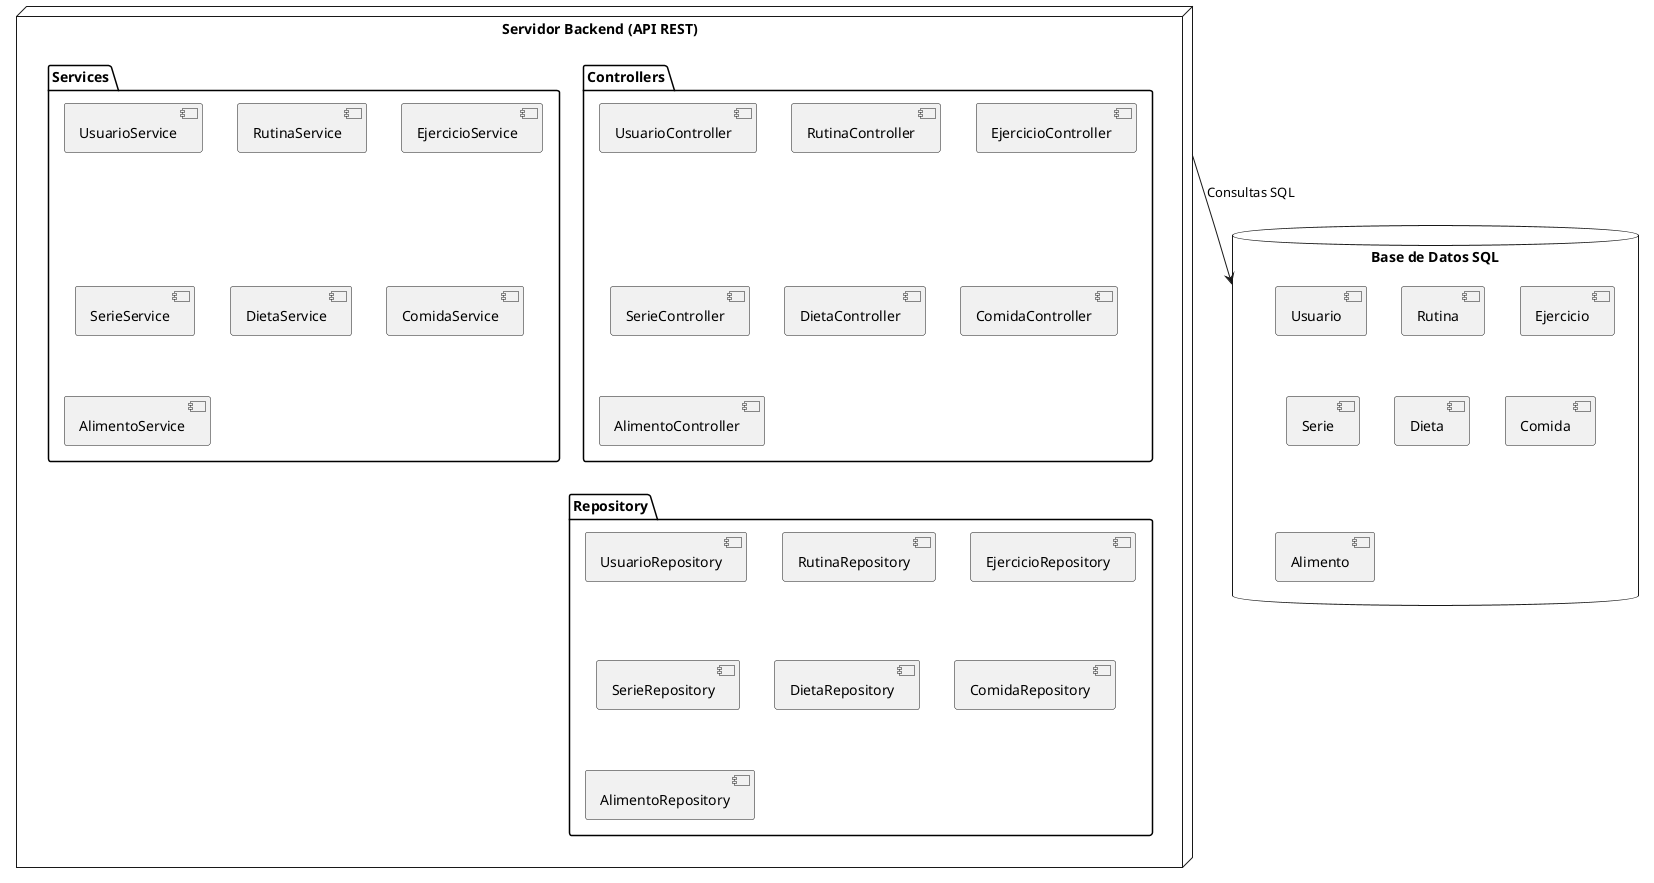
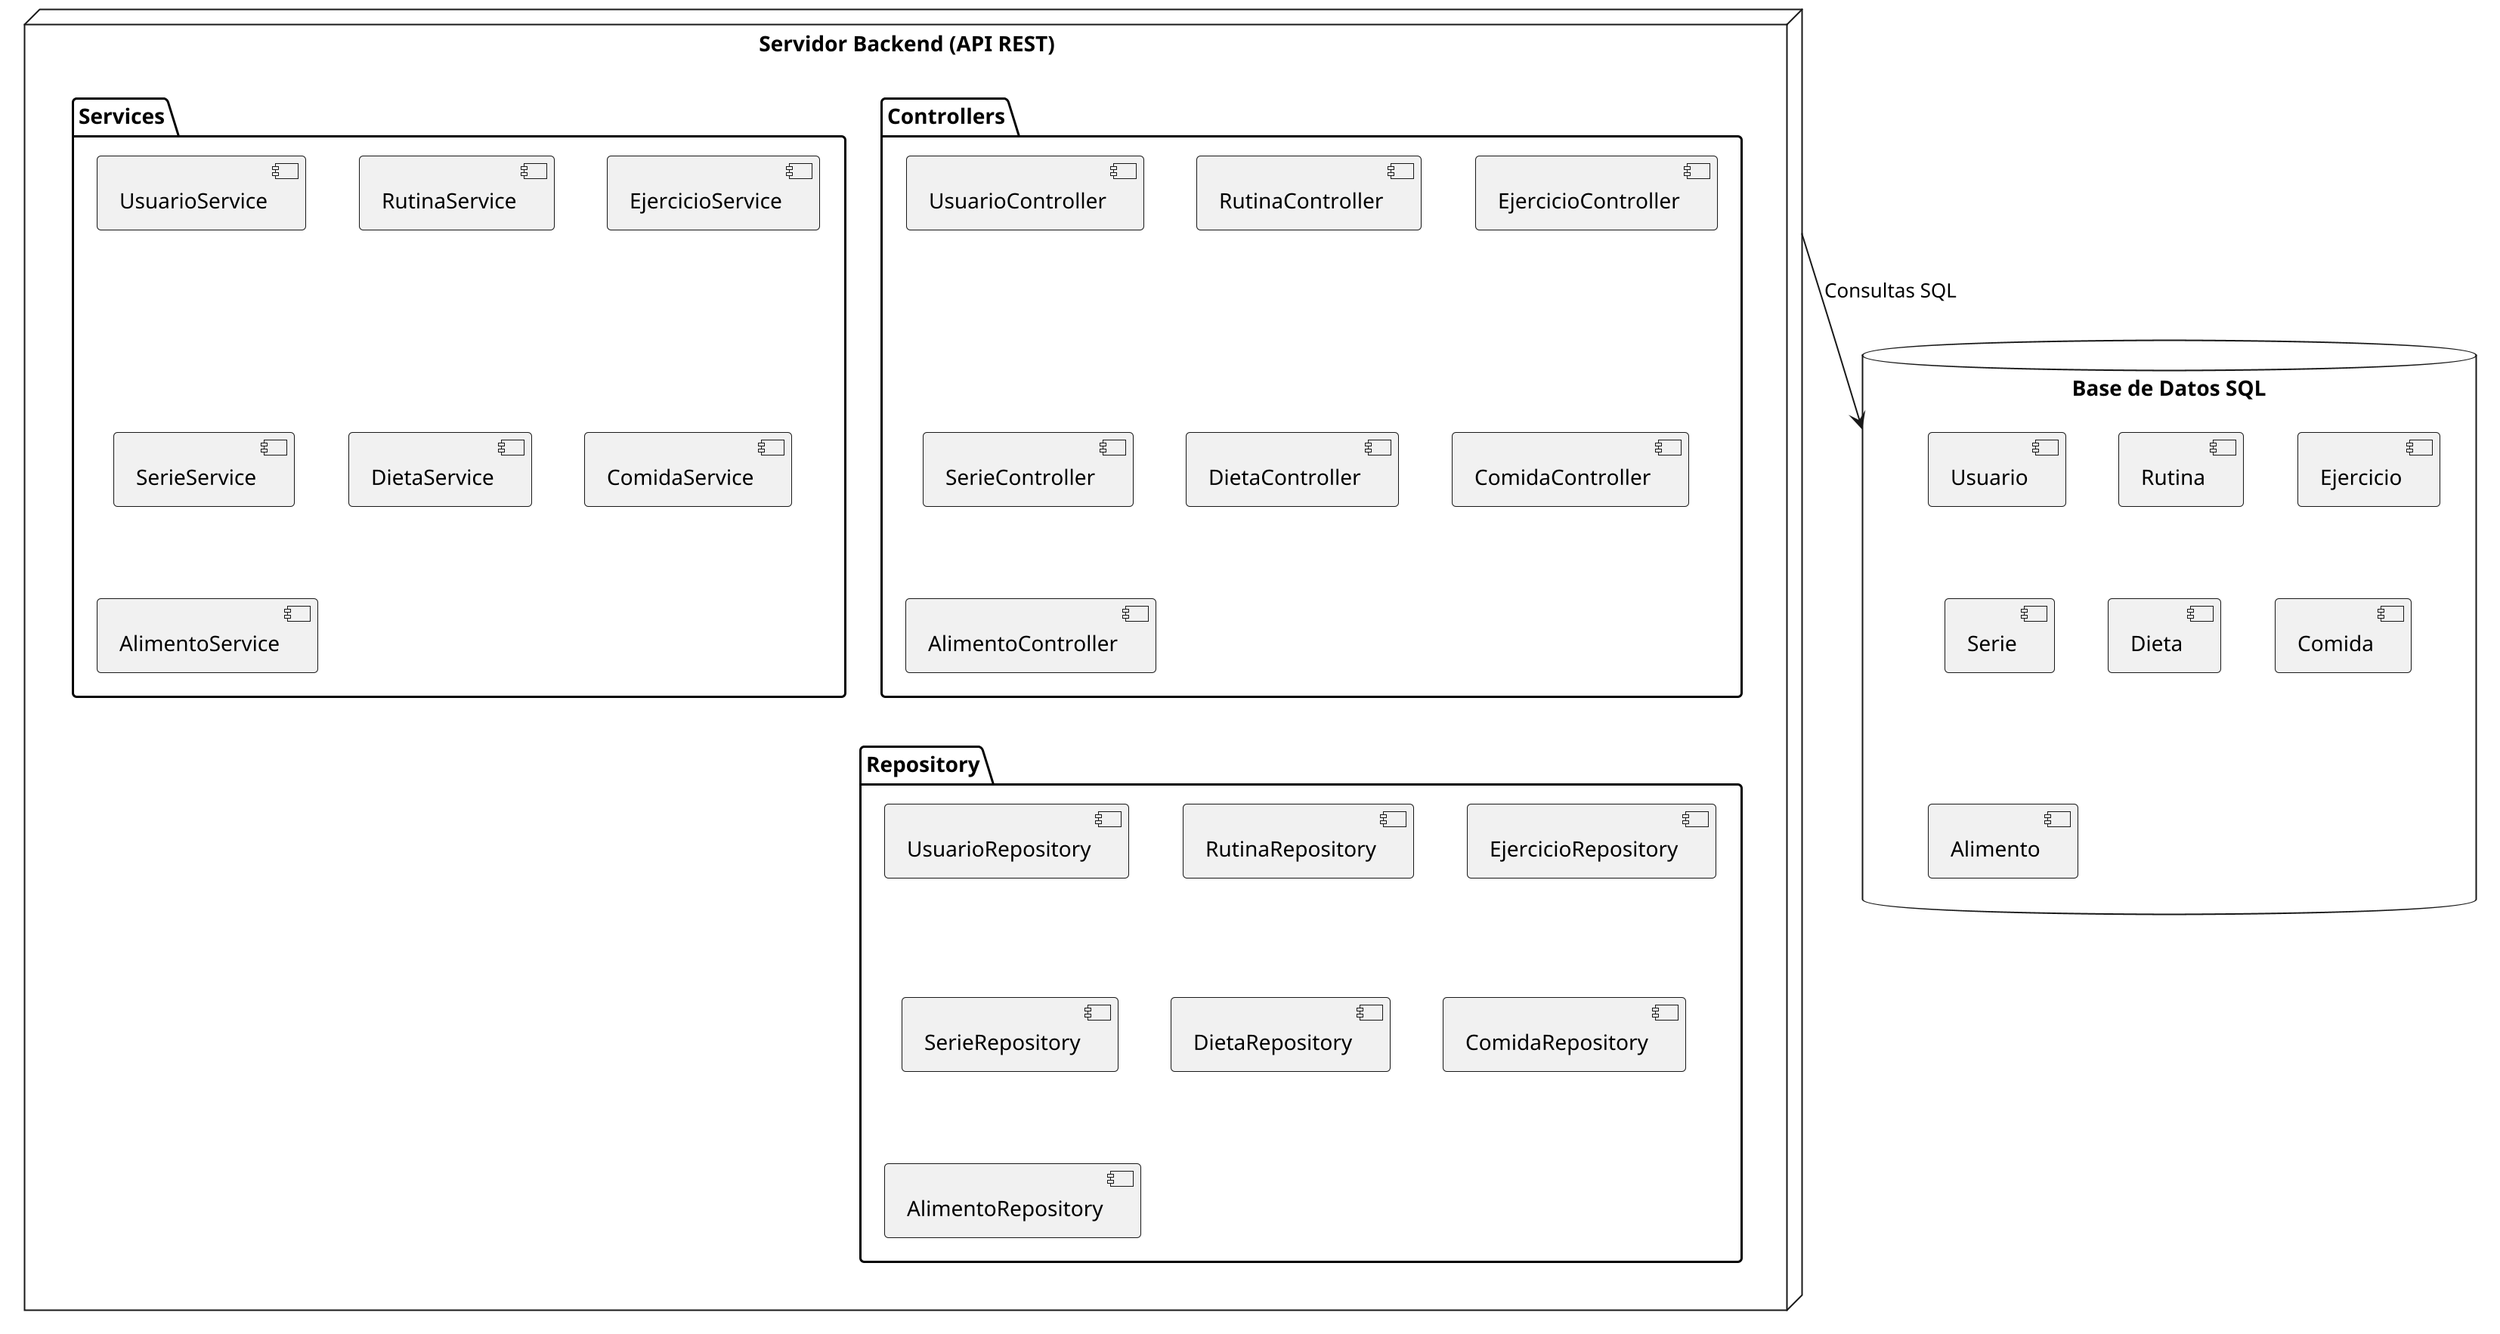
@startuml
+ 
+ scale 2

node "Servidor Backend (API REST)" {

    package "Controllers" {

    [UsuarioController]
    [RutinaController]
    [EjercicioController]
    [SerieController]
    [DietaController]
    [ComidaController]
    [AlimentoController]

    }

    package "Services" {

    [UsuarioService]
    [RutinaService]
    [EjercicioService]
    [SerieService]
    [DietaService]
    [ComidaService]
    [AlimentoService]

    }

    package "Repository" {

    [UsuarioRepository]
    [RutinaRepository]
    [EjercicioRepository]
    [SerieRepository]
    [DietaRepository]
    [ComidaRepository]
    [AlimentoRepository]

    }

}

database "Base de Datos SQL" {
    [Usuario]
    [Rutina]
    [Ejercicio]
    [Serie]
    [Dieta]
    [Comida]
    [Alimento]
}

"Servidor Backend (API REST)" --> "Base de Datos SQL" : Consultas SQL
@enduml
